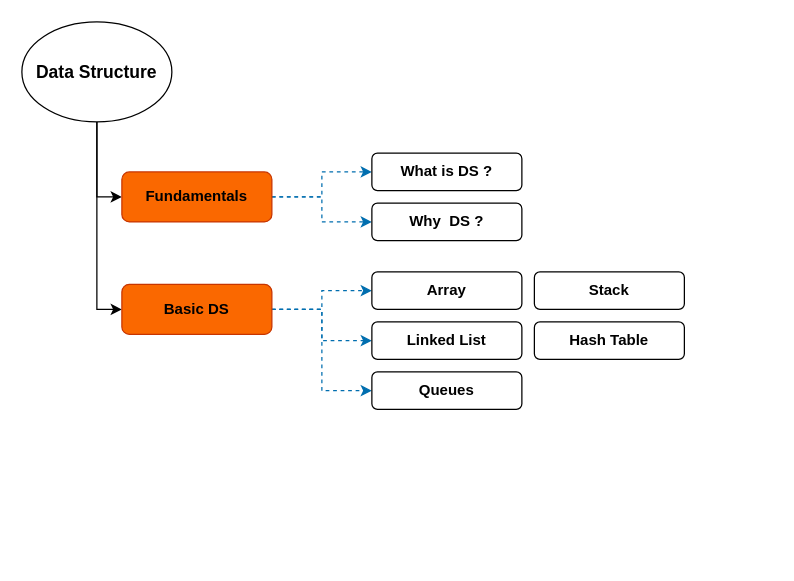
Before: dsa-mindmap.drawio in yogiprsetya/dsa.js, a draw.io diagram. Source tidied: cells renumbered, new cells numbered last; positions are measured from the earlier drawing's top-left corner, leaving out a move shared by most shapes. Both pictures are drawn from the tidied source at 125%, with x=0, y=0 at pixel (21, 21).
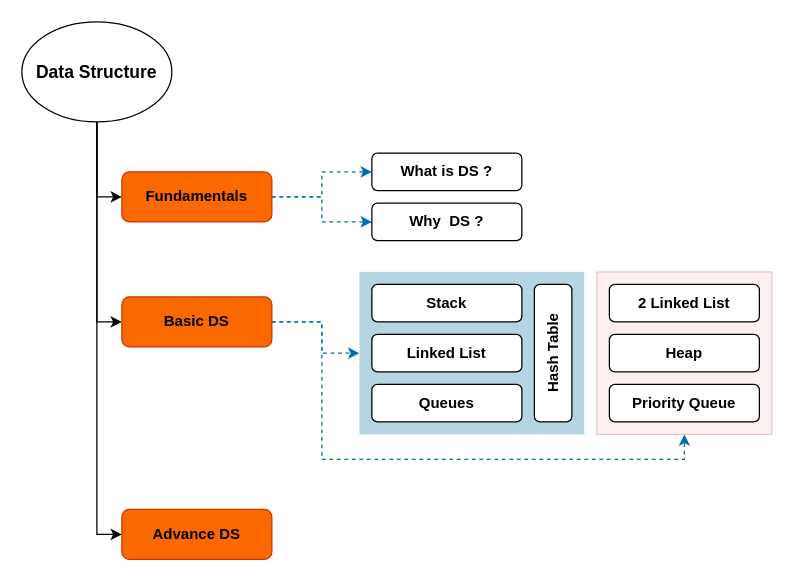
The same page after the edit.

Unchanged cells that the change refers to:
```xml
<mxCell id="4" value="Data Structure" style="ellipse;whiteSpace=wrap;html=1;fontStyle=1;fontSize=14;" parent="1" vertex="1">
  <mxGeometry width="120" height="80" as="geometry" />
</mxCell>
```

What changed in the source:
```diff
@@
+    <mxCell id="21" style="edgeStyle=orthogonalEdgeStyle;rounded=0;jettySize=auto;html=1;entryX=0;entryY=0.5;entryDx=0;entryDy=0;" parent="1" edge="1" source="4" target="27">
+      <mxGeometry relative="1" as="geometry" />
+    </mxCell>
@@
-    <mxCell id="5" style="edgeStyle=orthogonalEdgeStyle;rounded=0;jettySize=auto;html=1;dashed=1;fillColor=#1ba1e2;strokeColor=#006EAF;" parent="1" edge="1" source="8" target="13">
-      <mxGeometry relative="1" as="geometry" />
-    </mxCell>
-    <mxCell id="6" style="edgeStyle=orthogonalEdgeStyle;rounded=0;jettySize=auto;html=1;entryX=0;entryY=0.5;entryDx=0;entryDy=0;dashed=1;fillColor=#1ba1e2;strokeColor=#006EAF;" parent="1" edge="1" source="8" target="14">
-      <mxGeometry relative="1" as="geometry" />
+    <mxCell id="6" style="edgeStyle=orthogonalEdgeStyle;rounded=0;jettySize=auto;html=1;dashed=1;fillColor=#1ba1e2;strokeColor=#006EAF;exitX=1;exitY=0.5;exitDx=0;exitDy=0;" parent="1" edge="1" source="8" target="22">
+      <mxGeometry relative="1" as="geometry">
+        <Array as="points">
+          <mxPoint x="240" y="240" />
+          <mxPoint x="240" y="350" />
+          <mxPoint x="530" y="350" />
+        </Array>
+      </mxGeometry>
     </mxCell>
-    <mxCell id="7" style="edgeStyle=orthogonalEdgeStyle;rounded=0;jettySize=auto;html=1;entryX=0;entryY=0.5;entryDx=0;entryDy=0;dashed=1;fillColor=#1ba1e2;strokeColor=#006EAF;" parent="1" edge="1" source="8" target="17">
-      <mxGeometry relative="1" as="geometry" />
+    <mxCell id="7" style="edgeStyle=orthogonalEdgeStyle;rounded=0;jettySize=auto;html=1;entryX=0;entryY=0.5;entryDx=0;entryDy=0;dashed=1;fillColor=#1ba1e2;strokeColor=#006EAF;" parent="1" edge="1" source="8" target="26">
+      <mxGeometry relative="1" as="geometry">
+        <Array as="points">
+          <mxPoint x="240" y="240" />
+          <mxPoint x="240" y="265" />
+        </Array>
+      </mxGeometry>
     </mxCell>
     <mxCell id="8" value="Basic DS" style="rounded=1;whiteSpace=wrap;html=1;fontStyle=1;fillColor=#fa6800;fontColor=#000000;strokeColor=#C73500;" parent="1" vertex="1">
-      <mxGeometry x="80" y="210" width="120" height="40" as="geometry" />
+      <mxGeometry x="80" y="220" width="120" height="40" as="geometry" />
     </mxCell>
@@
-    <mxCell id="12" style="group;" parent="1" vertex="1">
-      <mxGeometry x="280" y="200" width="250" height="110" as="geometry" />
-    </mxCell>
+    <mxCell id="18" style="group;" parent="1" vertex="1">
+      <mxGeometry x="280" y="105" width="120" height="70" as="geometry" />
+    </mxCell>
+    <mxCell id="19" value="Why&amp;nbsp; DS ?" style="whiteSpace=wrap;html=1;rounded=1;fontStyle=1;" parent="18" vertex="1">
+      <mxGeometry y="40" width="120" height="30" as="geometry" />
+    </mxCell>
+    <mxCell id="20" value="What is DS ?" style="whiteSpace=wrap;html=1;rounded=1;fontStyle=1;" parent="18" vertex="1">
+      <mxGeometry width="120" height="30" as="geometry" />
+    </mxCell>
+    <mxCell id="22" style="fillColor=#f8cecc;strokeColor=#b85450;opacity=30;" parent="1" vertex="1">
+      <mxGeometry x="460" y="200" width="140" height="130" as="geometry" />
+    </mxCell>
-    <mxCell id="13" value="Array" style="whiteSpace=wrap;html=1;rounded=1;fontStyle=1;" parent="12" vertex="1">
-      <mxGeometry width="120" height="30" as="geometry" />
+    <mxCell id="13" value="2 Linked List" style="whiteSpace=wrap;html=1;rounded=1;fontStyle=1;" parent="1" vertex="1">
+      <mxGeometry x="470" y="210" width="120" height="30" as="geometry" />
     </mxCell>
+    <mxCell id="23" value="Priority Queue" style="whiteSpace=wrap;html=1;rounded=1;fontStyle=1;" parent="1" vertex="1">
+      <mxGeometry x="470" y="290" width="120" height="30" as="geometry" />
+    </mxCell>
+    <mxCell id="24" value="Heap" style="whiteSpace=wrap;html=1;rounded=1;fontStyle=1;" parent="1" vertex="1">
+      <mxGeometry x="470" y="250" width="120" height="30" as="geometry" />
+    </mxCell>
+    <mxCell id="25" style="group;" parent="1" vertex="1">
+      <mxGeometry x="270" y="200" width="180" height="130" as="geometry" />
+    </mxCell>
+    <mxCell id="26" style="fillColor=#10739E;strokeColor=none;opacity=30;" parent="25" vertex="1">
+      <mxGeometry width="180" height="130" as="geometry" />
+    </mxCell>
-    <mxCell id="14" value="Linked List" style="whiteSpace=wrap;html=1;rounded=1;fontStyle=1;" parent="12" vertex="1">
-      <mxGeometry y="40" width="120" height="30" as="geometry" />
+    <mxCell id="14" value="Linked List" style="whiteSpace=wrap;html=1;rounded=1;fontStyle=1;" parent="25" vertex="1">
+      <mxGeometry x="10" y="50" width="120" height="30" as="geometry" />
     </mxCell>
-    <mxCell id="15" value="Stack" style="whiteSpace=wrap;html=1;rounded=1;fontStyle=1;" parent="12" vertex="1">
-      <mxGeometry x="130" width="120" height="30" as="geometry" />
+    <mxCell id="15" value="Stack" style="whiteSpace=wrap;html=1;rounded=1;fontStyle=1;" parent="25" vertex="1">
+      <mxGeometry x="10" y="10" width="120" height="30" as="geometry" />
     </mxCell>
-    <mxCell id="16" value="Hash Table" style="whiteSpace=wrap;html=1;rounded=1;fontStyle=1;" parent="12" vertex="1">
-      <mxGeometry x="130" y="40" width="120" height="30" as="geometry" />
+    <mxCell id="16" value="Hash Table" style="whiteSpace=wrap;html=1;rounded=1;fontStyle=1;direction=south;horizontal=0;" parent="25" vertex="1">
+      <mxGeometry x="140" y="10" width="30" height="110" as="geometry" />
     </mxCell>
-    <mxCell id="17" value="Queues" style="whiteSpace=wrap;html=1;rounded=1;fontStyle=1;" parent="12" vertex="1">
-      <mxGeometry y="80" width="120" height="30" as="geometry" />
+    <mxCell id="17" value="Queues" style="whiteSpace=wrap;html=1;rounded=1;fontStyle=1;" parent="25" vertex="1">
+      <mxGeometry x="10" y="90" width="120" height="30" as="geometry" />
     </mxCell>
-    <mxCell id="18" style="group;" parent="1" vertex="1">
-      <mxGeometry x="280" y="105" width="120" height="70" as="geometry" />
-    </mxCell>
-    <mxCell id="19" value="Why&amp;nbsp; DS ?" style="whiteSpace=wrap;html=1;rounded=1;fontStyle=1;" parent="18" vertex="1">
-      <mxGeometry y="40" width="120" height="30" as="geometry" />
-    </mxCell>
-    <mxCell id="20" value="What is DS ?" style="whiteSpace=wrap;html=1;rounded=1;fontStyle=1;" parent="18" vertex="1">
-      <mxGeometry width="120" height="30" as="geometry" />
-    </mxCell>
+    <mxCell id="27" value="Advance DS" style="rounded=1;whiteSpace=wrap;html=1;fontStyle=1;fillColor=#fa6800;fontColor=#000000;strokeColor=#C73500;" parent="1" vertex="1">
+      <mxGeometry x="80" y="390" width="120" height="40" as="geometry" />
+    </mxCell>
```
